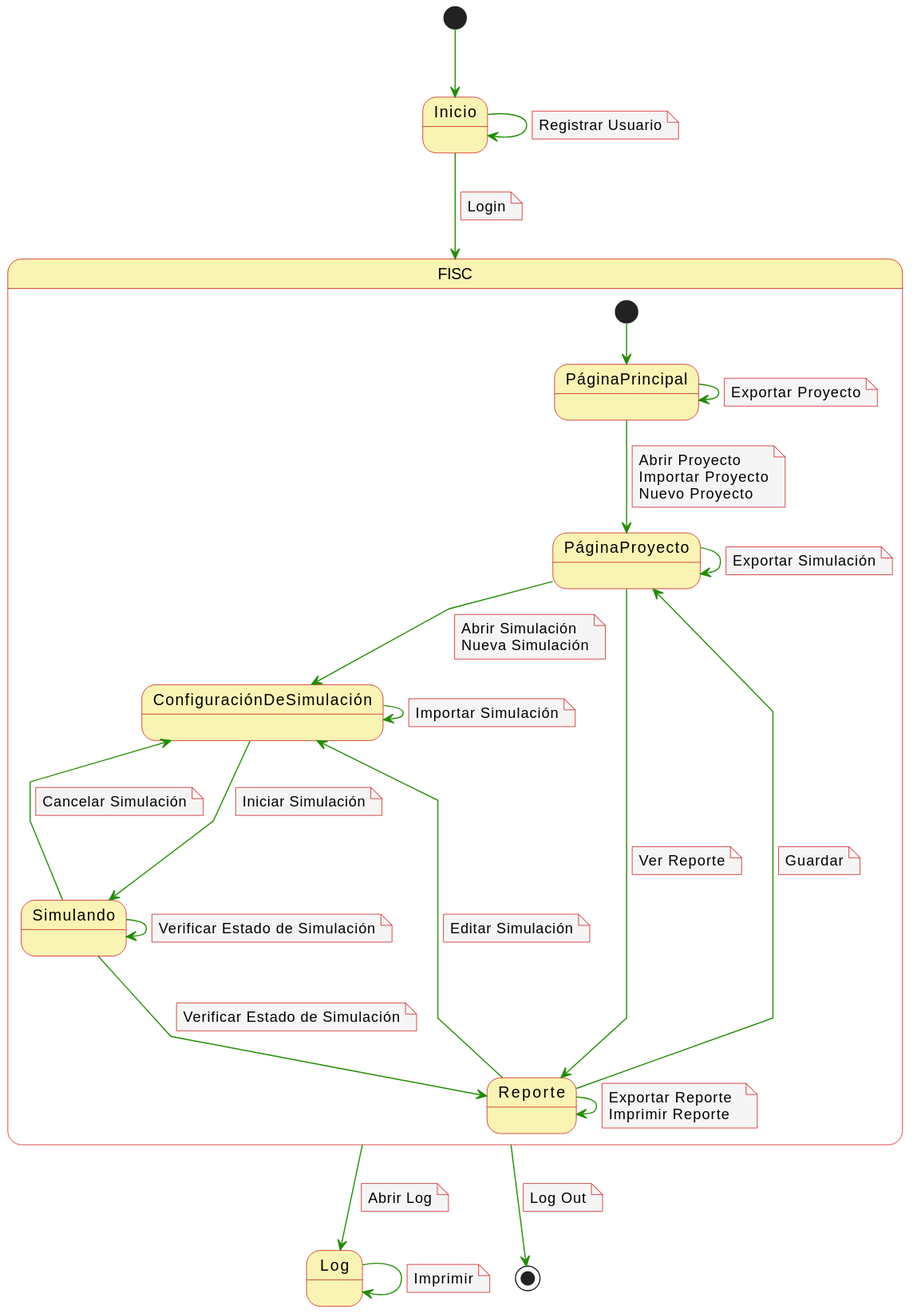
mmasias/23-24-IdSw1-SDR keeps this PlantUML diagram as imagenes/casosDeUso/diagramaContexto.svg. Above is the earlier version.
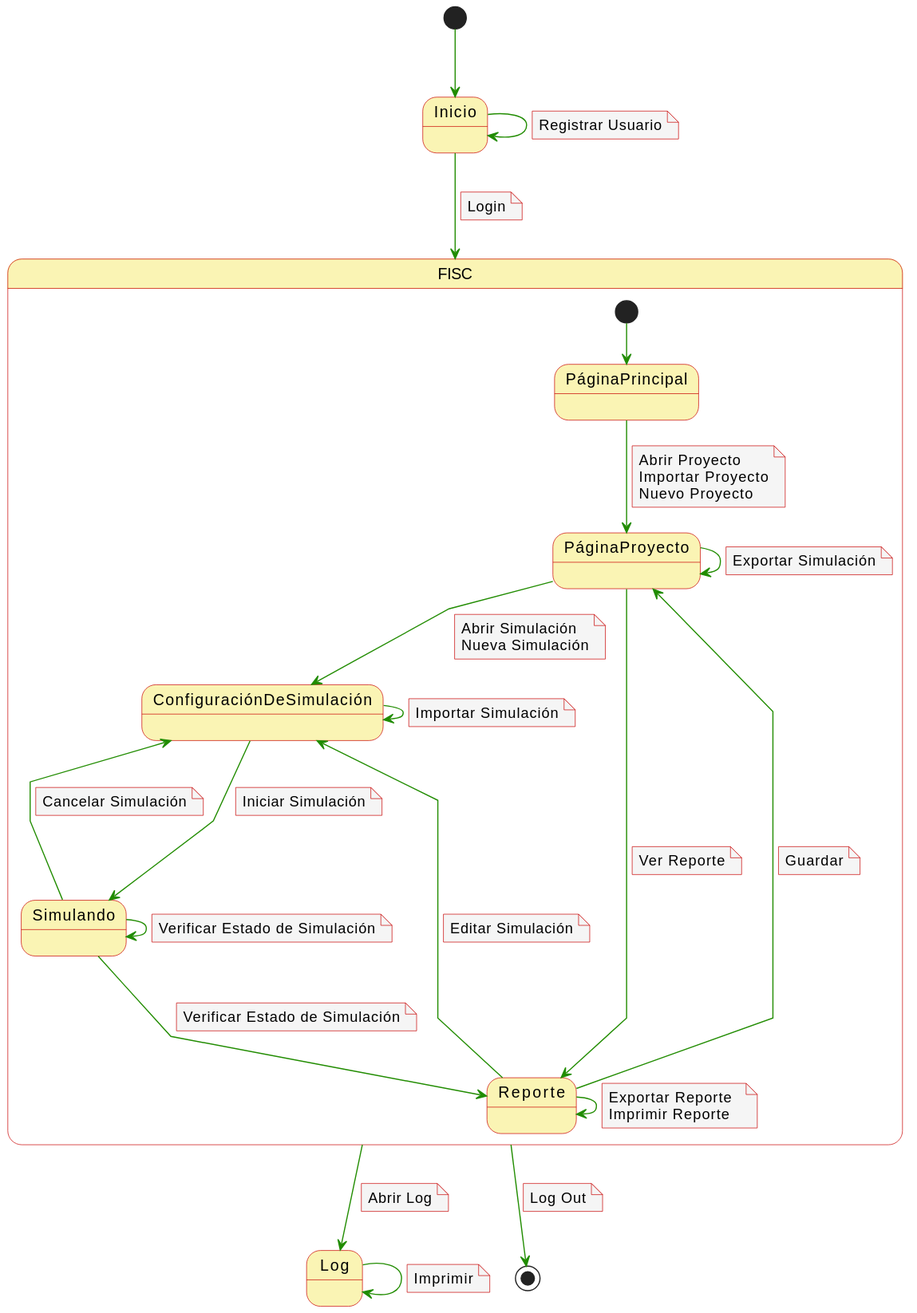
The same file after the commit.

Commit message:
correccion diagrama contexto

Change to the diagram source:
```diff
@@ -26,10 +26,6 @@
   Abrir Proyecto
   Importar Proyecto
   Nuevo Proyecto
-end note
-PáginaPrincipal -d-> PáginaPrincipal
-note on link
-  Exportar Proyecto
 end note
 
 PáginaProyecto -d-> ConfiguraciónDeSimulación
```
